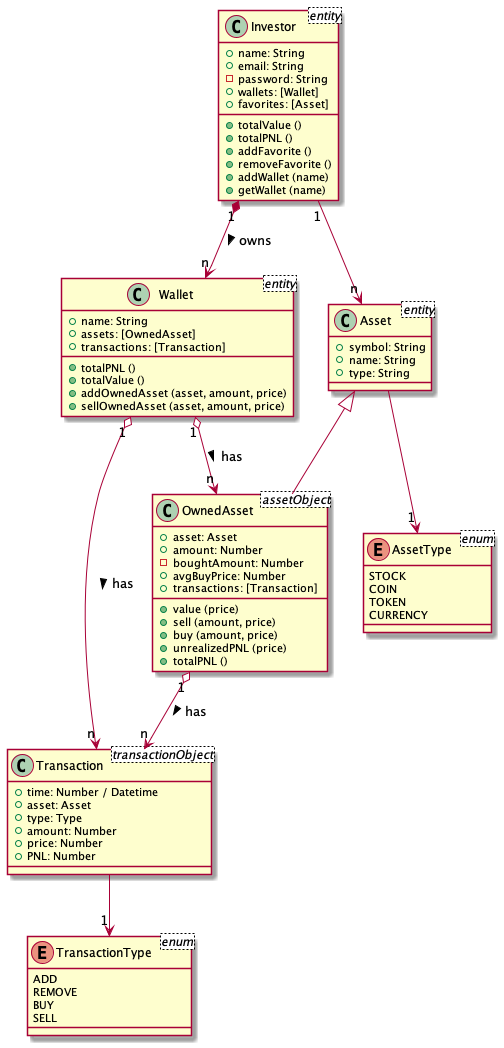
urtuba/spot-portfolio-tracker keeps this PlantUML diagram as class_diagram/Class Diagram.png. Above is the earlier version.
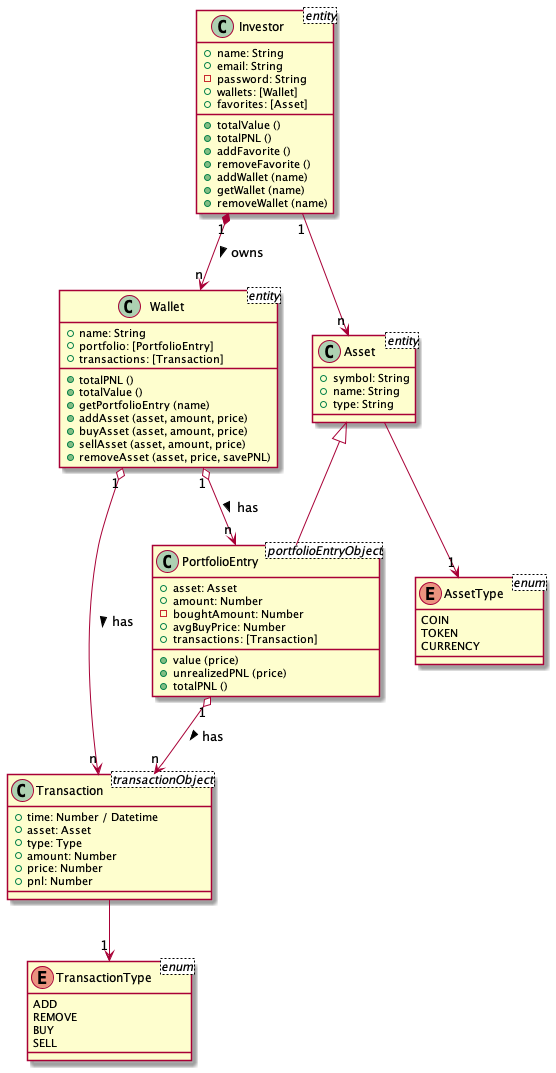
The same file after the commit.

Commit message:
Update class diagram as in main

What changed in the source:
```diff
@@ -1,4 +1,4 @@
-@startuml Class Diagram
+@startuml ClassDiagram
 
 class Investor <entity>{
     + name: String
@@ -12,16 +12,20 @@
     + removeFavorite ()
     + addWallet (name)
     + getWallet (name)
+    + removeWallet (name)
 }
 
 class Wallet <entity> {
     + name: String
-    + assets: [OwnedAsset]
+    + portfolio: [PortfolioEntry]
     + transactions: [Transaction]
     + totalPNL ()
     + totalValue ()
-    + addOwnedAsset (asset, amount, price)
-    + sellOwnedAsset (asset, amount, price)
+    + getPortfolioEntry (name)
+    + addAsset (asset, amount, price)
+    + buyAsset (asset, amount, price)
+    + sellAsset (asset, amount, price)
+    + removeAsset (asset, price, savePNL)
 }
 
 class Asset <entity> {
@@ -30,15 +34,13 @@
     + type: String
 }
 
-class OwnedAsset <assetObject> {
+class PortfolioEntry <portfolioEntryObject> {
     + asset: Asset
     + amount: Number
     - boughtAmount: Number
     + avgBuyPrice: Number
     + transactions: [Transaction]
     + value (price)
-    + sell (amount, price)
-    + buy (amount, price)
     + unrealizedPNL (price)
     + totalPNL ()
 }
@@ -49,11 +51,10 @@
     + type: Type
     + amount: Number
     + price: Number
-    + PNL: Number
+    + pnl: Number
 }
 
 enum AssetType <enum> {
-    STOCK
     COIN
     TOKEN
     CURRENCY
@@ -66,11 +67,11 @@
     SELL
 }
 
-Wallet "n" <-UP-* "1" Investor:  owns <
-Asset <|-- OwnedAsset
-OwnedAsset "1" o--> "n" Transaction: has >
+Wallet "n" <-UP-* "1" Investor: owns <
+Asset <|-- PortfolioEntry
+PortfolioEntry "1" o--> "n" Transaction: has >
 Wallet "1" o--> "n" Transaction: has >
-Wallet "1" o--> "n" OwnedAsset: has >
+Wallet "1" o--> "n" PortfolioEntry: has >
 Asset  --> "1" AssetType
 Transaction --> "1" TransactionType
 Investor "1" --> "n" Asset
```
